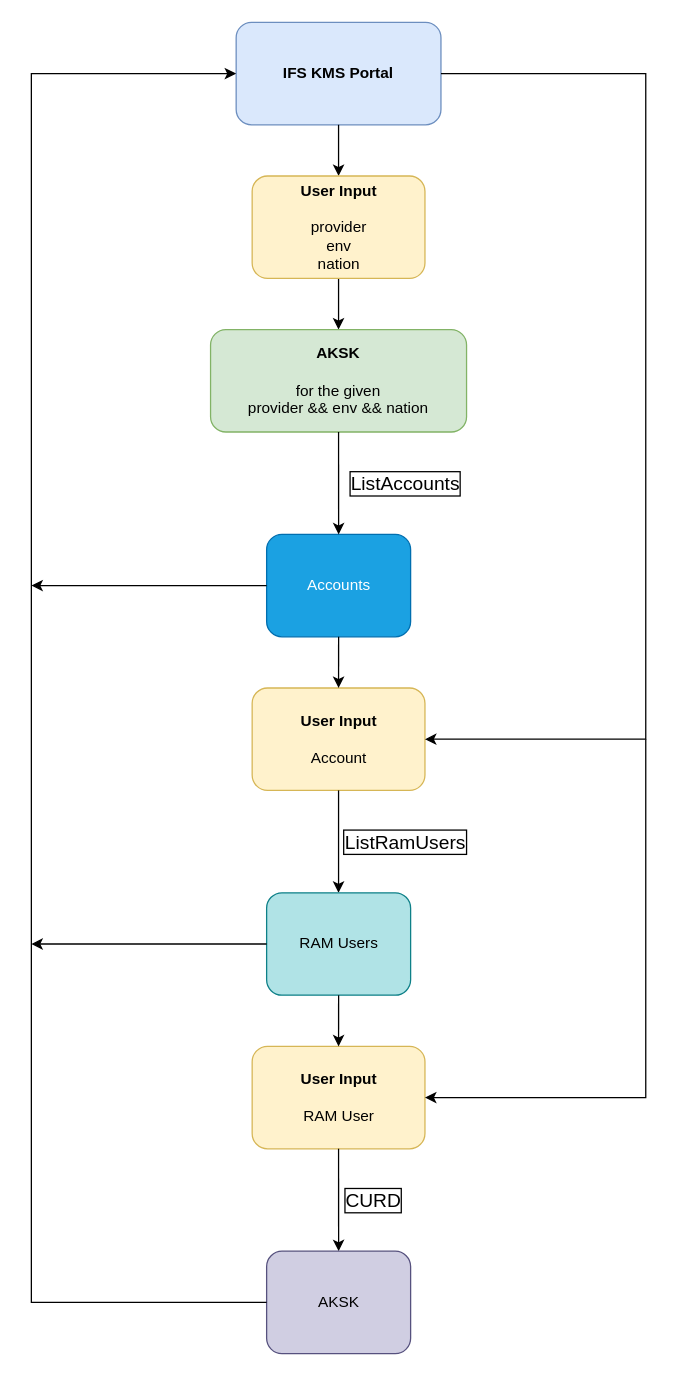
This is aksk-for-ifs-kms.drawio from YanshanSong/draw.io, a draw.io file, before an edit. Source tidied: cells renumbered, new cells numbered last; positions are measured from the earlier drawing's top-left corner, leaving out a move shared by most shapes. Both pictures are drawn from the tidied source at 128%, with x=0, y=0 at pixel (31, 22).
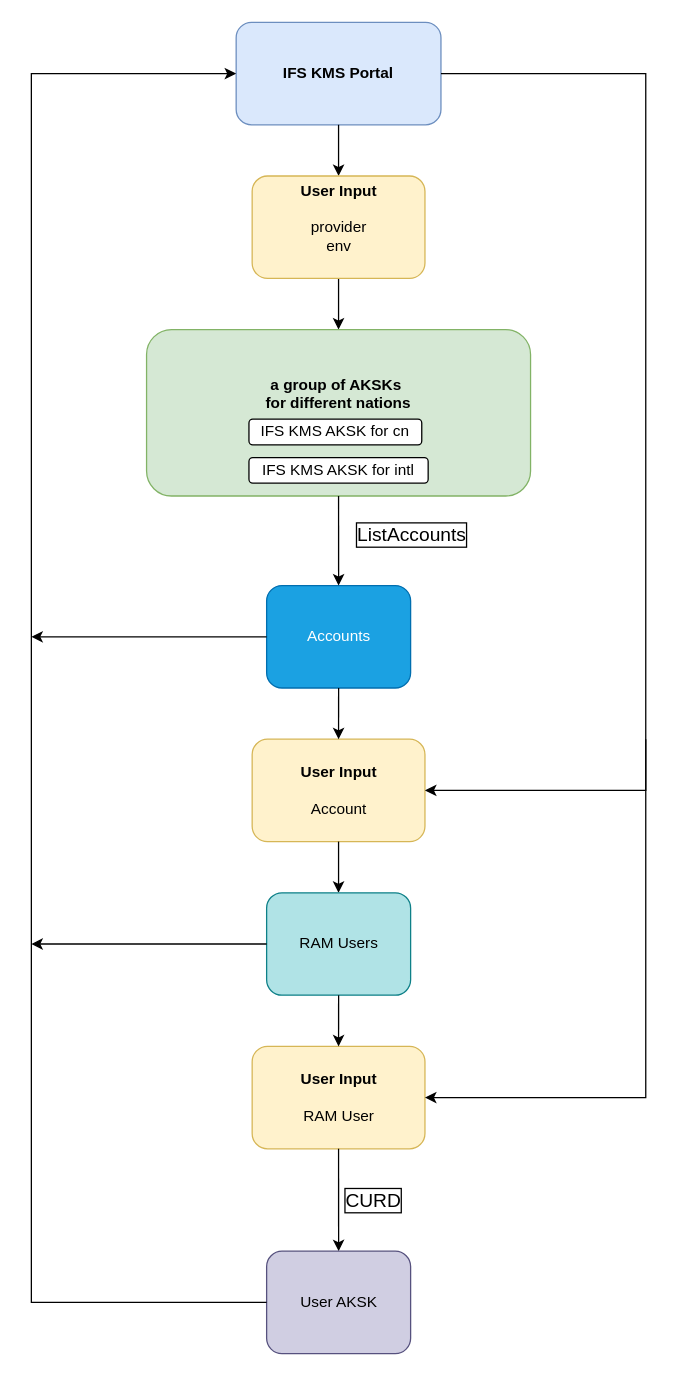
The same page after the edit.

Unchanged cells that the change refers to:
```xml
<mxCell id="2" value="&lt;div&gt;&lt;br&gt;&lt;/div&gt;&lt;b&gt;IFS KMS Portal&lt;/b&gt;&lt;div&gt;&lt;br&gt;&lt;/div&gt;" style="rounded=1;whiteSpace=wrap;html=1;fillColor=#dae8fc;strokeColor=#6c8ebf;" parent="1" vertex="1">
  <mxGeometry x="160" width="160" height="80" as="geometry" />
</mxCell>
```

The edit, as a diff of the source:
```diff
@@
-    <mxCell id="5" value="&lt;div&gt;&lt;span style=&quot;background-color: initial;&quot;&gt;&lt;br&gt;&lt;/span&gt;&lt;/div&gt;&lt;div&gt;&lt;span style=&quot;background-color: initial;&quot;&gt;&lt;br&gt;&lt;/span&gt;&lt;/div&gt;&lt;div&gt;&lt;span style=&quot;background-color: initial;&quot;&gt;&lt;b&gt;User Input&lt;/b&gt;&lt;/span&gt;&lt;br&gt;&lt;/div&gt;&lt;div&gt;&lt;span style=&quot;background-color: initial;&quot;&gt;&lt;br&gt;&lt;/span&gt;&lt;/div&gt;&lt;div&gt;provider&lt;/div&gt;&lt;div&gt;env&lt;/div&gt;&lt;div&gt;nation&lt;br&gt;&lt;div&gt;&lt;br&gt;&lt;/div&gt;&lt;div&gt;&lt;br&gt;&lt;/div&gt;&lt;/div&gt;" style="rounded=1;whiteSpace=wrap;html=1;fillColor=#fff2cc;strokeColor=#d6b656;" parent="1" vertex="1">
+    <mxCell id="5" value="&lt;div&gt;&lt;span style=&quot;background-color: initial;&quot;&gt;&lt;br&gt;&lt;/span&gt;&lt;/div&gt;&lt;div&gt;&lt;span style=&quot;background-color: initial;&quot;&gt;&lt;br&gt;&lt;/span&gt;&lt;/div&gt;&lt;div&gt;&lt;span style=&quot;background-color: initial;&quot;&gt;&lt;b&gt;User Input&lt;/b&gt;&lt;/span&gt;&lt;br&gt;&lt;/div&gt;&lt;div&gt;&lt;span style=&quot;background-color: initial;&quot;&gt;&lt;br&gt;&lt;/span&gt;&lt;/div&gt;&lt;div&gt;provider&lt;/div&gt;&lt;div&gt;env&lt;/div&gt;&lt;div&gt;&lt;br&gt;&lt;div&gt;&lt;br&gt;&lt;/div&gt;&lt;div&gt;&lt;br&gt;&lt;/div&gt;&lt;/div&gt;" style="rounded=1;whiteSpace=wrap;html=1;fillColor=#fff2cc;strokeColor=#d6b656;" parent="1" vertex="1">
       <mxGeometry x="172.5" y="120" width="135" height="80" as="geometry" />
     </mxCell>
-    <mxCell id="6" value="&lt;b&gt;AKSK&lt;/b&gt;&lt;div&gt;&lt;b&gt;&amp;nbsp;&lt;/b&gt;&lt;div&gt;for the given&lt;div&gt;provider &amp;amp;&amp;amp; env &amp;amp;&amp;amp; nation&lt;/div&gt;&lt;/div&gt;&lt;/div&gt;" style="rounded=1;whiteSpace=wrap;html=1;fillColor=#d5e8d4;strokeColor=#82b366;" parent="1" vertex="1">
-      <mxGeometry x="140" y="240" width="200" height="80" as="geometry" />
+    <mxCell id="6" value="&lt;b&gt;a group of AKSKs&amp;nbsp;&lt;/b&gt;&lt;div&gt;&lt;b&gt;for different nations&lt;br&gt;&lt;/b&gt;&lt;div&gt;&lt;br&gt;&lt;/div&gt;&lt;div&gt;&lt;br&gt;&lt;/div&gt;&lt;/div&gt;" style="rounded=1;whiteSpace=wrap;html=1;fillColor=#d5e8d4;strokeColor=#82b366;" parent="1" vertex="1">
+      <mxGeometry x="90" y="240" width="300" height="130" as="geometry" />
     </mxCell>
     <mxCell id="7" value="Accounts" style="rounded=1;whiteSpace=wrap;html=1;fillColor=#1ba1e2;fontColor=#ffffff;strokeColor=#006EAF;" parent="1" vertex="1">
-      <mxGeometry x="183.8" y="400" width="112.5" height="80" as="geometry" />
+      <mxGeometry x="183.8" y="440" width="112.5" height="80" as="geometry" />
     </mxCell>
-    <mxCell id="8" style="endArrow=classic;html=1;rounded=0;exitX=0.5;exitY=1;exitDx=0;exitDy=0;entryX=0.5;entryY=0;entryDx=0;entryDy=0;" parent="1" edge="1" source="6" target="7">
+    <mxCell id="8" style="endArrow=classic;html=1;rounded=0;entryX=0.5;entryY=0;entryDx=0;entryDy=0;exitX=0.5;exitY=1;exitDx=0;exitDy=0;" parent="1" edge="1" source="6" target="7">
       <mxGeometry relative="1" as="geometry" />
     </mxCell>
     <mxCell id="9" value="&lt;font style=&quot;font-size: 15px;&quot;&gt;ListAccounts&lt;/font&gt;" style="text;html=1;align=center;verticalAlign=middle;whiteSpace=wrap;rounded=0;labelBorderColor=default;" parent="1" vertex="1">
-      <mxGeometry x="225" y="340" width="135" height="40" as="geometry" />
+      <mxGeometry x="230" y="380" width="135" height="40" as="geometry" />
     </mxCell>
     <mxCell id="10" value="&lt;div&gt;&lt;span style=&quot;background-color: initial;&quot;&gt;&lt;br&gt;&lt;/span&gt;&lt;/div&gt;&lt;div&gt;&lt;span style=&quot;background-color: initial;&quot;&gt;&lt;br&gt;&lt;/span&gt;&lt;/div&gt;&lt;div&gt;&lt;span style=&quot;background-color: initial;&quot;&gt;&lt;b&gt;User Input&lt;/b&gt;&lt;/span&gt;&lt;br&gt;&lt;/div&gt;&lt;div&gt;&lt;span style=&quot;background-color: initial;&quot;&gt;&lt;br&gt;&lt;/span&gt;&lt;/div&gt;&lt;div&gt;Account&lt;/div&gt;&lt;div&gt;&lt;div&gt;&lt;br&gt;&lt;/div&gt;&lt;div&gt;&lt;br&gt;&lt;/div&gt;&lt;/div&gt;" style="rounded=1;whiteSpace=wrap;html=1;fillColor=#fff2cc;strokeColor=#d6b656;" parent="1" vertex="1">
-      <mxGeometry x="172.5" y="520" width="135" height="80" as="geometry" />
+      <mxGeometry x="172.5" y="560" width="135" height="80" as="geometry" />
     </mxCell>
     <mxCell id="11" style="endArrow=classic;html=1;rounded=0;exitX=1;exitY=0.5;exitDx=0;exitDy=0;entryX=1;entryY=0.5;entryDx=0;entryDy=0;" parent="1" edge="1" source="2" target="10">
       <mxGeometry relative="1" as="geometry">
         <Array as="points">
           <mxPoint x="480" y="40" />
           <mxPoint x="480" y="320" />
-          <mxPoint x="480" y="560" />
+          <mxPoint x="480" y="600" />
         </Array>
       </mxGeometry>
     </mxCell>
@@
-    <mxCell id="14" value="&lt;font style=&quot;font-size: 15px;&quot;&gt;ListRamUsers&lt;/font&gt;" style="text;html=1;align=center;verticalAlign=middle;whiteSpace=wrap;rounded=0;labelBorderColor=default;" parent="1" vertex="1">
-      <mxGeometry x="225" y="620" width="135" height="40" as="geometry" />
-    </mxCell>
@@
-    <mxCell id="20" value="AKSK" style="rounded=1;whiteSpace=wrap;html=1;fillColor=#d0cee2;strokeColor=#56517e;" parent="1" vertex="1">
+    <mxCell id="20" value="User AKSK" style="rounded=1;whiteSpace=wrap;html=1;fillColor=#d0cee2;strokeColor=#56517e;" parent="1" vertex="1">
       <mxGeometry x="183.8" y="960" width="112.5" height="80" as="geometry" />
     </mxCell>
@@
     <mxCell id="23" style="endArrow=classic;html=1;rounded=0;exitX=0;exitY=0.5;exitDx=0;exitDy=0;" parent="1" edge="1" source="7">
       <mxGeometry relative="1" as="geometry">
-        <mxPoint y="440" as="targetPoint" />
+        <mxPoint y="480" as="targetPoint" />
       </mxGeometry>
     </mxCell>
@@
+    <mxCell id="25" value="IFS KMS AKSK for cn" style="rounded=1;whiteSpace=wrap;html=1;" parent="1" vertex="1">
+      <mxGeometry x="170" y="310" width="135" height="20" as="geometry" />
+    </mxCell>
+    <mxCell id="26" value="IFS KMS AKSK for intl" style="rounded=1;whiteSpace=wrap;html=1;" parent="1" vertex="1">
+      <mxGeometry x="170" y="340" width="140" height="20" as="geometry" />
+    </mxCell>
```
